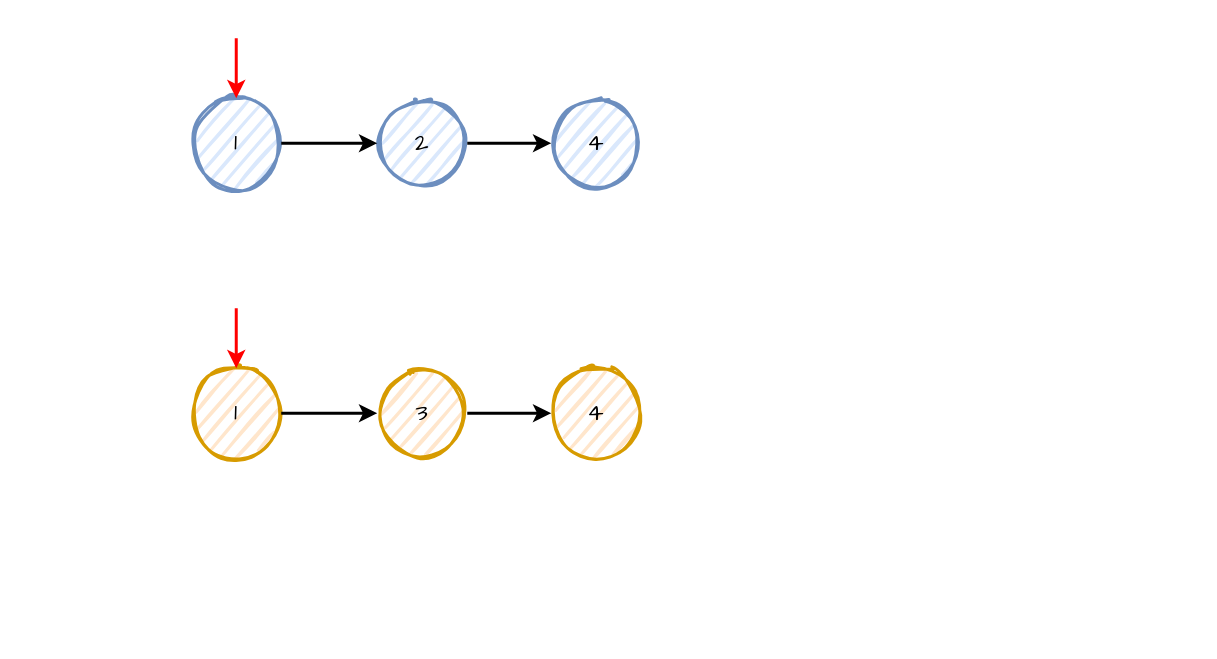
Before: 21merge-two-sorted-lists.drawio in LuoSue/sscdn, a draw.io diagram. Source tidied: cells renumbered, new cells numbered last; positions are measured from the earlier drawing's top-left corner, leaving out a move shared by most shapes. Both pictures are drawn from the tidied source at 150%, with x=0, y=0 at pixel (190, 38).
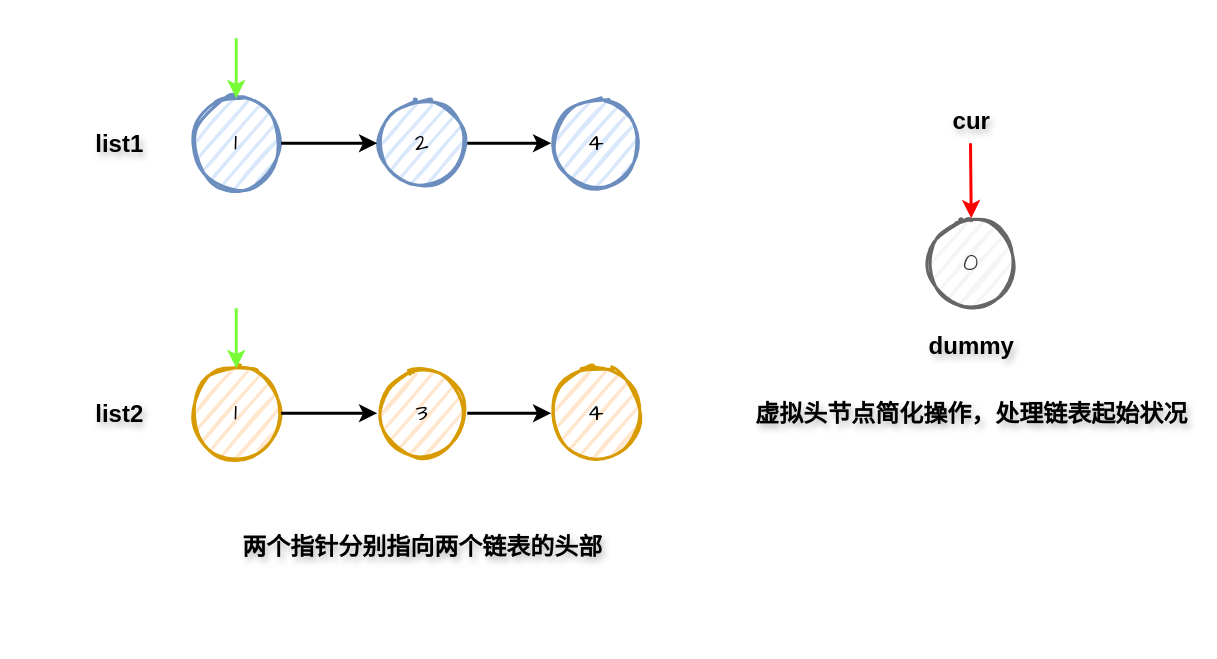
After the change.

The change refers to these unchanged cells:
```xml
<mxCell id="2" value="1" style="ellipse;whiteSpace=wrap;html=1;strokeWidth=2;fillWeight=2;hachureGap=8;fillColor=#dae8fc;fillStyle=dots;sketch=1;strokeColor=#6c8ebf;fontFamily=Comic Sans MS;fontSize=16;" parent="1" vertex="1">
  <mxGeometry y="40" width="60" height="60" as="geometry" />
</mxCell>
<mxCell id="3" value="1" style="ellipse;whiteSpace=wrap;html=1;strokeWidth=2;fillWeight=2;hachureGap=8;fillColor=#ffe6cc;fillStyle=dots;sketch=1;strokeColor=#d79b00;fontFamily=Comic Sans MS;fontSize=16;" parent="1" vertex="1">
  <mxGeometry y="220" width="60" height="60" as="geometry" />
</mxCell>
```

Change to the diagram source:
```diff
@@
-    <mxCell id="12" style="endArrow=classic;html=1;rounded=0;strokeWidth=2;entryX=0.5;entryY=0;entryDx=0;entryDy=0;fillColor=#f8cecc;strokeColor=#FF0000;" parent="1" edge="1" target="2">
+    <mxCell id="12" style="endArrow=classic;html=1;rounded=0;strokeWidth=2;entryX=0.5;entryY=0;entryDx=0;entryDy=0;fillColor=#f8cecc;strokeColor=#77FC35;" parent="1" edge="1" target="2">
       <mxGeometry relative="1" as="geometry">
         <mxPoint x="30" as="sourcePoint" />
       </mxGeometry>
     </mxCell>
-    <mxCell id="13" style="endArrow=classic;html=1;rounded=0;strokeWidth=2;entryX=0.5;entryY=0;entryDx=0;entryDy=0;strokeColor=#FF0000;" parent="1" edge="1" target="3">
+    <mxCell id="13" style="endArrow=classic;html=1;rounded=0;strokeWidth=2;entryX=0.5;entryY=0;entryDx=0;entryDy=0;strokeColor=#77FC35;" parent="1" edge="1" target="3">
       <mxGeometry relative="1" as="geometry">
         <mxPoint x="30" y="180" as="sourcePoint" />
       </mxGeometry>
     </mxCell>
+    <mxCell id="14" value="0" style="ellipse;whiteSpace=wrap;html=1;strokeWidth=2;fillWeight=2;hachureGap=8;fillColor=#f5f5f5;fillStyle=dots;sketch=1;strokeColor=#666666;fontFamily=Comic Sans MS;fontSize=16;fontColor=#333333;" parent="1" vertex="1">
+      <mxGeometry x="490" y="120" width="60" height="60" as="geometry" />
+    </mxCell>
+    <mxCell id="15" style="endArrow=classic;html=1;rounded=0;strokeWidth=2;fillColor=#f8cecc;strokeColor=#FF0000;entryX=0.5;entryY=0;entryDx=0;entryDy=0;" parent="1" edge="1" target="14">
+      <mxGeometry relative="1" as="geometry">
+        <mxPoint x="519.5" y="70" as="sourcePoint" />
+      </mxGeometry>
+    </mxCell>
+    <mxCell id="16" value="&lt;font style=&quot;font-size: 16px;&quot;&gt;&lt;b&gt;dummy&lt;/b&gt;&lt;/font&gt;" style="text;html=1;align=center;verticalAlign=middle;whiteSpace=wrap;rounded=0;fontSize=16;textShadow=1;fontFamily=HarmonyOS Sans;" parent="1" vertex="1">
+      <mxGeometry x="457.5" y="180" width="125" height="50" as="geometry" />
+    </mxCell>
+    <mxCell id="17" value="&lt;font style=&quot;font-size: 16px;&quot;&gt;&lt;b&gt;cur&lt;/b&gt;&lt;/font&gt;" style="text;html=1;align=center;verticalAlign=middle;whiteSpace=wrap;rounded=0;fontSize=16;textShadow=1;fontFamily=HarmonyOS Sans;" parent="1" vertex="1">
+      <mxGeometry x="457.5" y="30" width="125" height="50" as="geometry" />
+    </mxCell>
+    <mxCell id="18" value="&lt;font style=&quot;font-size: 16px;&quot;&gt;&lt;b&gt;list1&lt;/b&gt;&lt;/font&gt;" style="text;html=1;align=center;verticalAlign=middle;whiteSpace=wrap;rounded=0;fontSize=16;textShadow=1;fontFamily=HarmonyOS Sans;" parent="1" vertex="1">
+      <mxGeometry x="-110" y="45" width="125" height="50" as="geometry" />
+    </mxCell>
+    <mxCell id="19" value="&lt;font style=&quot;font-size: 16px;&quot;&gt;&lt;b&gt;list2&lt;/b&gt;&lt;/font&gt;" style="text;html=1;align=center;verticalAlign=middle;whiteSpace=wrap;rounded=0;fontSize=16;textShadow=1;fontFamily=HarmonyOS Sans;" parent="1" vertex="1">
+      <mxGeometry x="-110" y="225" width="125" height="50" as="geometry" />
+    </mxCell>
+    <mxCell id="20" value="&lt;b&gt;虚拟头节点简化操作，处理链表起始状况&lt;/b&gt;" style="text;html=1;align=center;verticalAlign=middle;whiteSpace=wrap;rounded=0;fontSize=16;textShadow=1;fontFamily=HarmonyOS Sans;" parent="1" vertex="1">
+      <mxGeometry x="373.8" y="191.5" width="292.5" height="117" as="geometry" />
+    </mxCell>
+    <mxCell id="21" value="&lt;b&gt;两个指针分别指向两个链表的头部&lt;/b&gt;" style="text;html=1;align=center;verticalAlign=middle;whiteSpace=wrap;rounded=0;fontSize=16;textShadow=1;fontFamily=HarmonyOS Sans;" parent="1" vertex="1">
+      <mxGeometry x="7.8" y="280" width="292.5" height="117" as="geometry" />
+    </mxCell>
```
